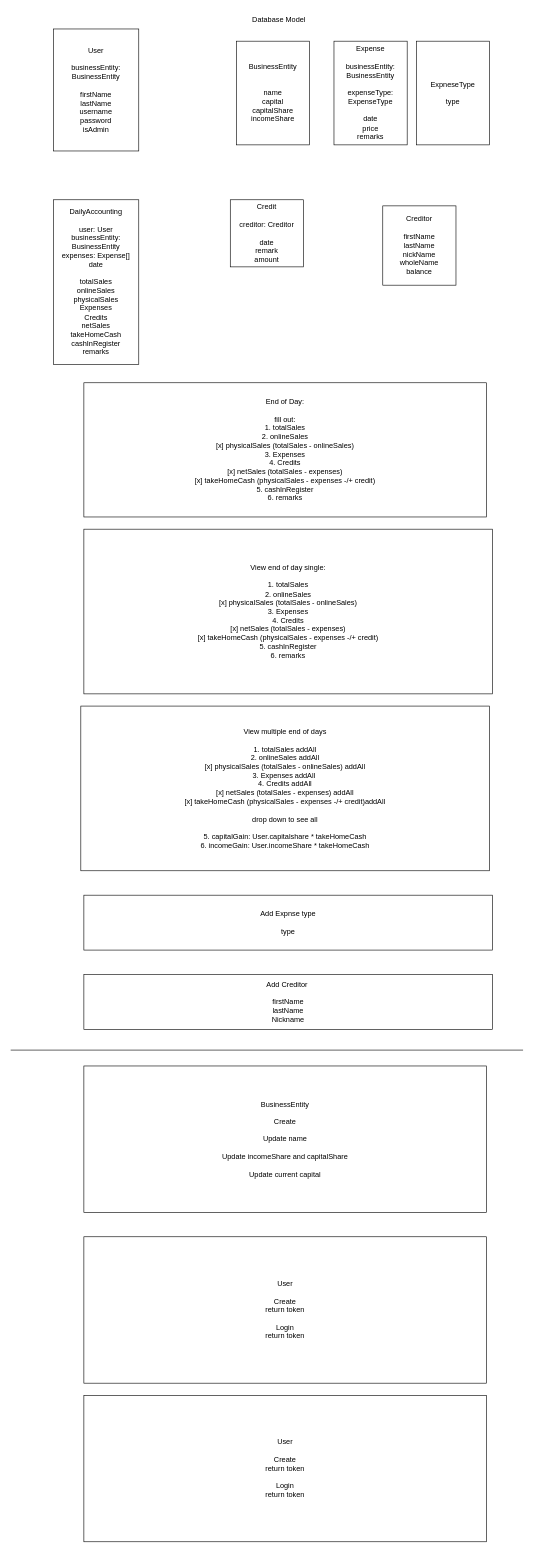
This is accounting-app.drawio from Jacob-Co/annyeong-accounting-app, a draw.io file, before an edit. Source tidied: cells renumbered, new cells numbered last; positions are measured from the earlier drawing's top-left corner, leaving out a move shared by most shapes. Both pictures are drawn from the tidied source at 61%, with x=0, y=0 at pixel (10, 10).
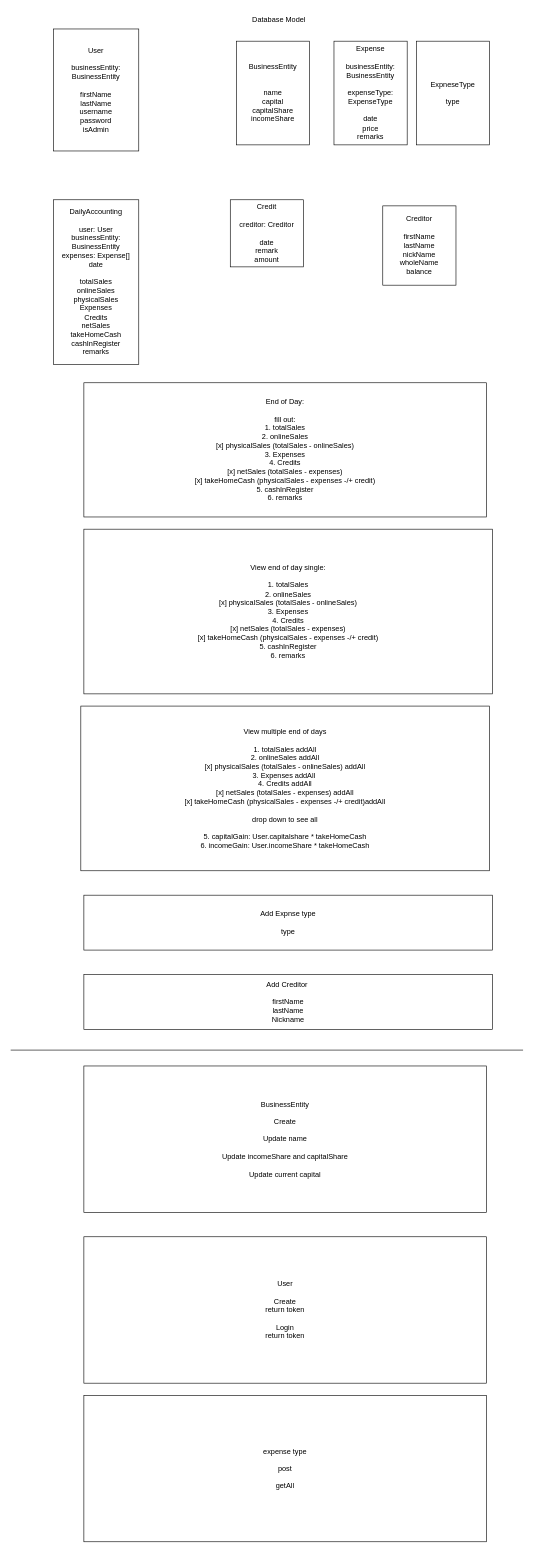
Above is the later version.

Commit message (it also covers changes not shown here):
Added daily-accountings to index

Change to the diagram source:
```diff
@@
 <mxGraphModel>
   <root>
     <mxCell id="0" />
     <mxCell id="1" parent="0" />
     <mxCell id="2" value="Database Model" style="text;html=1;strokeColor=none;fillColor=none;align=center;verticalAlign=middle;whiteSpace=wrap;rounded=0;" parent="1" vertex="1">
       <mxGeometry x="380" width="120" height="30" as="geometry" />
     </mxCell>
     <mxCell id="3" value="User&lt;br&gt;&lt;br&gt;businessEntity:&lt;br&gt;BusinessEntity&lt;br&gt;&lt;br&gt;firstName&lt;br&gt;lastName&lt;br&gt;username&lt;br&gt;password&lt;br&gt;isAdmin" style="rounded=0;whiteSpace=wrap;html=1;" parent="1" vertex="1">
       <mxGeometry x="70" y="30" width="140" height="200" as="geometry" />
     </mxCell>
     <mxCell id="4" value="DailyAccounting&lt;br&gt;&lt;br&gt;user: User&lt;br&gt;businessEntity:&lt;br&gt;BusinessEntity&lt;br&gt;expenses: Expense[]&lt;br&gt;date&lt;br&gt;&lt;br&gt;totalSales&lt;br&gt;onlineSales&lt;br&gt;physicalSales&lt;br&gt;Expenses&lt;br&gt;Credits&lt;br&gt;netSales&lt;br&gt;takeHomeCash&lt;br&gt;cashInRegister&lt;br&gt;remarks" style="rounded=0;whiteSpace=wrap;html=1;" parent="1" vertex="1">
       <mxGeometry x="70" y="310" width="140" height="270" as="geometry" />
     </mxCell>
     <mxCell id="5" value="Expense&lt;br&gt;&lt;br&gt;businessEntity:&lt;br&gt;BusinessEntity&lt;br&gt;&lt;br&gt;expenseType: ExpenseType&lt;br&gt;&lt;br&gt;date&lt;br&gt;price&lt;br&gt;remarks" style="rounded=0;whiteSpace=wrap;html=1;" parent="1" vertex="1">
       <mxGeometry x="530" y="50" width="120" height="170" as="geometry" />
     </mxCell>
     <mxCell id="6" value="BusinessEntity&lt;br&gt;&lt;br&gt;&lt;br&gt;name&lt;br&gt;capital&lt;br&gt;capitalShare&lt;br&gt;incomeShare" style="rounded=0;whiteSpace=wrap;html=1;" parent="1" vertex="1">
       <mxGeometry x="370" y="50" width="120" height="170" as="geometry" />
     </mxCell>
     <mxCell id="7" value="End of Day:&lt;br&gt;&lt;br&gt;fill out:&lt;br&gt;1. totalSales&lt;br&gt;2. onlineSales&lt;br&gt;[x] physicalSales (totalSales - onlineSales)&lt;br&gt;3. Expenses&lt;br&gt;4. Credits&lt;br&gt;[x] netSales (totalSales - expenses)&lt;br&gt;[x] takeHomeCash (physicalSales - expenses -/+ credit)&lt;br&gt;5. cashInRegister&lt;br&gt;6. remarks" style="rounded=0;whiteSpace=wrap;html=1;" parent="1" vertex="1">
       <mxGeometry x="120" y="610" width="660" height="220" as="geometry" />
     </mxCell>
     <mxCell id="8" value="Credit&lt;br&gt;&lt;br&gt;creditor: Creditor&lt;br&gt;&lt;br&gt;date&lt;br&gt;remark&lt;br&gt;amount" style="rounded=0;whiteSpace=wrap;html=1;" parent="1" vertex="1">
       <mxGeometry x="360" y="310" width="120" height="110" as="geometry" />
     </mxCell>
     <mxCell id="9" value="Creditor&lt;br&gt;&lt;br&gt;firstName&lt;br&gt;lastName&lt;br&gt;nickName&lt;br&gt;wholeName&lt;br&gt;balance" style="rounded=0;whiteSpace=wrap;html=1;" parent="1" vertex="1">
       <mxGeometry x="610" y="320" width="120" height="130" as="geometry" />
     </mxCell>
     <mxCell id="10" value="View end of day single:&lt;br&gt;&lt;br&gt;1. totalSales&lt;br&gt;2. onlineSales&lt;br&gt;[x] physicalSales (totalSales - onlineSales)&lt;br&gt;3. Expenses&lt;br&gt;4. Credits&lt;br&gt;[x] netSales (totalSales - expenses)&lt;br&gt;[x] takeHomeCash (physicalSales - expenses -/+ credit)&lt;br&gt;5. cashInRegister&lt;br&gt;6. remarks" style="rounded=0;whiteSpace=wrap;html=1;" parent="1" vertex="1">
       <mxGeometry x="120" y="850" width="670" height="270" as="geometry" />
     </mxCell>
     <mxCell id="11" value="View multiple end of days&lt;br&gt;&lt;br&gt;1. totalSales addAll&lt;br&gt;2. onlineSales addAll&lt;br&gt;[x] physicalSales (totalSales - onlineSales) addAll&lt;br&gt;3. Expenses addAll&amp;nbsp;&lt;br&gt;4. Credits addAll&lt;br&gt;[x] netSales (totalSales - expenses) addAll&lt;br&gt;[x] takeHomeCash (physicalSales - expenses -/+ credit)addAll&lt;br&gt;&lt;br&gt;drop down to see all&lt;br&gt;&lt;br&gt;5. capitalGain: User.capitalshare * takeHomeCash&lt;br&gt;6. incomeGain: User.incomeShare * takeHomeCash" style="rounded=0;whiteSpace=wrap;html=1;" parent="1" vertex="1">
       <mxGeometry x="115" y="1140" width="670" height="270" as="geometry" />
     </mxCell>
     <mxCell id="12" value="Add Expnse type&lt;br&gt;&lt;br&gt;type" style="rounded=0;whiteSpace=wrap;html=1;" parent="1" vertex="1">
       <mxGeometry x="120" y="1450" width="670" height="90" as="geometry" />
     </mxCell>
     <mxCell id="13" value="ExpneseType&lt;br&gt;&lt;br&gt;type" style="rounded=0;whiteSpace=wrap;html=1;" parent="1" vertex="1">
       <mxGeometry x="665" y="50" width="120" height="170" as="geometry" />
     </mxCell>
     <mxCell id="14" value="Add Creditor&amp;nbsp;&lt;br&gt;&lt;br&gt;firstName&lt;br&gt;lastName&lt;br&gt;Nickname" style="rounded=0;whiteSpace=wrap;html=1;" parent="1" vertex="1">
       <mxGeometry x="120" y="1580" width="670" height="90" as="geometry" />
     </mxCell>
     <mxCell id="15" style="endArrow=none;html=1;rounded=0;strokeColor=default;labelBackgroundColor=default;fontColor=default;" parent="1" edge="1">
       <mxGeometry relative="1" as="geometry">
         <mxPoint y="1704" as="sourcePoint" />
         <mxPoint x="840" y="1704" as="targetPoint" />
       </mxGeometry>
     </mxCell>
     <mxCell id="16" value="BusinessEntity&lt;br&gt;&lt;br&gt;Create&lt;br&gt;&lt;br&gt;Update name&lt;br&gt;&lt;br&gt;Update incomeShare and capitalShare&lt;br&gt;&lt;br&gt;Update current capital" style="rounded=0;whiteSpace=wrap;html=1;fontColor=default;fillColor=default;strokeColor=default;" parent="1" vertex="1">
       <mxGeometry x="120" y="1730" width="660" height="240" as="geometry" />
     </mxCell>
     <mxCell id="17" value="User&lt;br&gt;&lt;br&gt;Create&lt;br&gt;return token&lt;br&gt;&lt;br&gt;Login&lt;br&gt;return token" style="rounded=0;whiteSpace=wrap;html=1;fontColor=default;fillColor=default;strokeColor=default;" parent="1" vertex="1">
       <mxGeometry x="120" y="2010" width="660" height="240" as="geometry" />
     </mxCell>
-    <mxCell id="18" value="User&lt;br&gt;&lt;br&gt;Create&lt;br&gt;return token&lt;br&gt;&lt;br&gt;Login&lt;br&gt;return token" style="rounded=0;whiteSpace=wrap;html=1;fontColor=default;fillColor=default;strokeColor=default;" parent="1" vertex="1">
+    <mxCell id="18" value="expense type&lt;br&gt;&lt;br&gt;post&lt;br&gt;&lt;br&gt;getAll&lt;br&gt;" style="rounded=0;whiteSpace=wrap;html=1;fontColor=default;fillColor=default;strokeColor=default;" parent="1" vertex="1">
       <mxGeometry x="120" y="2270" width="660" height="240" as="geometry" />
     </mxCell>
   </root>
 </mxGraphModel>
```
